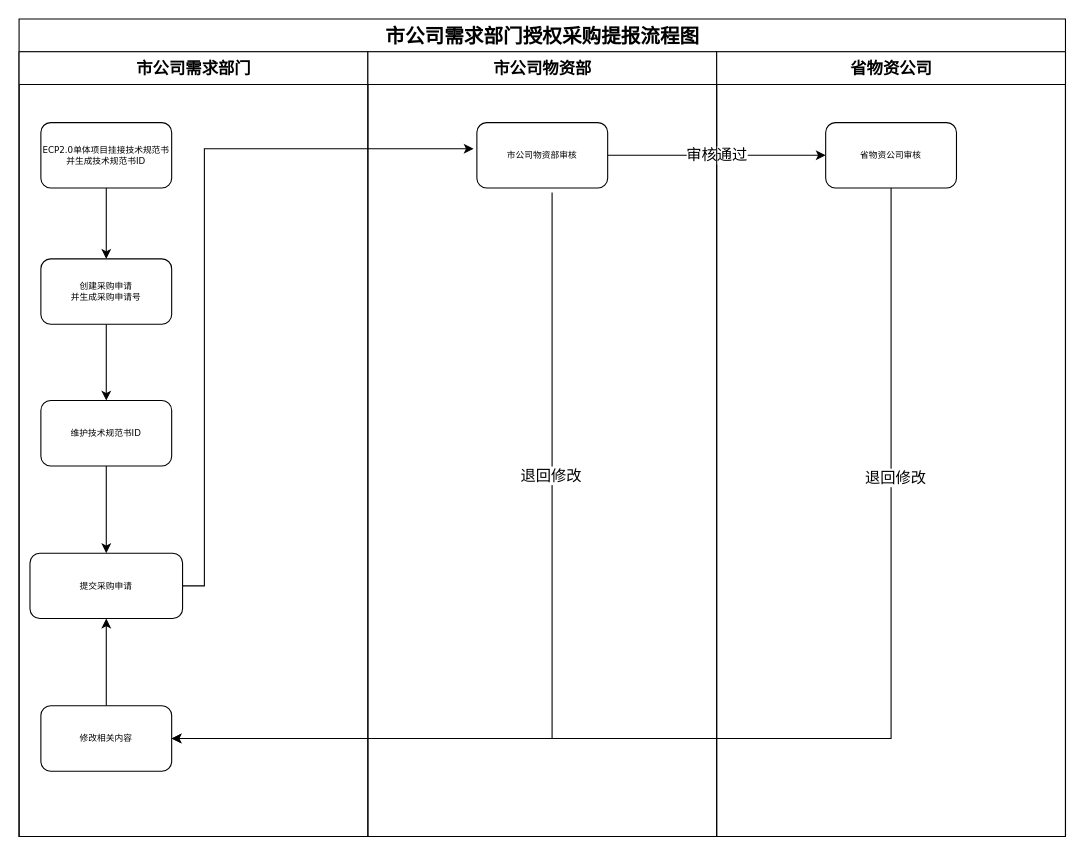
Earlier version of the draw.io diagram 市公司提报流程.drawio (KongValley/hugo). Source tidied: cells renumbered, new cells numbered last; positions are measured from the earlier drawing's top-left corner, leaving out a move shared by most shapes. Both pictures are drawn from the tidied source at 109%, with x=0, y=0 at pixel (19, 19).
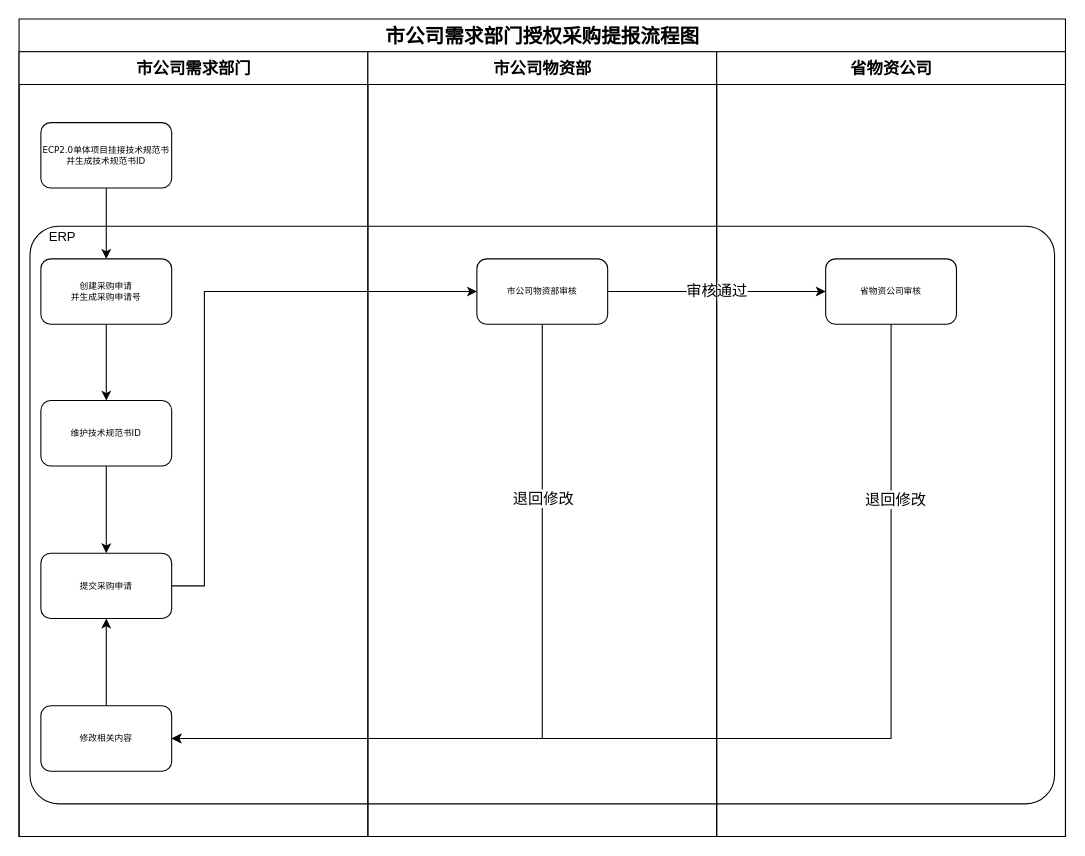
Above is the later version.

Commit message:
Update 市公司提报流程.drawio

Unchanged cells that the change refers to:
```xml
<mxCell id="9" value="市公司物资部" style="swimlane;html=1;startSize=30;fontSize=15;fontStyle=1;" parent="2" vertex="1">
  <mxGeometry x="320" y="30" width="320" height="720" as="geometry" />
</mxCell>
<mxCell id="12" value="省物资公司" style="swimlane;html=1;startSize=30;fontSize=15;" parent="2" vertex="1">
  <mxGeometry x="640" y="30" width="320" height="720" as="geometry" />
</mxCell>
<mxCell id="20" value="修改相关内容" style="whiteSpace=wrap;html=1;rounded=1;shadow=0;fontFamily=Verdana;fontSize=8;strokeWidth=1;" parent="1" vertex="1">
  <mxGeometry x="20" y="630" width="120" height="60" as="geometry" />
</mxCell>
<mxCell id="21" style="edgeStyle=orthogonalEdgeStyle;rounded=0;jettySize=auto;html=1;fontSize=14;exitX=0.5;exitY=1;exitDx=0;exitDy=0;entryX=1;entryY=0.5;entryDx=0;entryDy=0;" parent="1" edge="1" source="13" target="20">
  <mxGeometry relative="1" as="geometry">
    <Array as="points">
      <mxPoint x="800" y="660" />
    </Array>
  </mxGeometry>
</mxCell>
```

The edit, as a diff of the source:
```diff
@@
+    <mxCell id="23" style="rounded=1;whiteSpace=wrap;html=1;rotation=0;glass=0;perimeterSpacing=0;strokeOpacity=100;arcSize=5;" parent="1" vertex="1">
+      <mxGeometry x="10" y="190" width="940" height="530" as="geometry" />
+    </mxCell>
@@
     <mxCell id="10" value="市公司物资部审核" style="whiteSpace=wrap;html=1;rounded=1;shadow=0;fontFamily=Verdana;fontSize=8;strokeWidth=1;" parent="9" vertex="1">
-      <mxGeometry x="100" y="65" width="120" height="60" as="geometry" />
+      <mxGeometry x="100" y="190" width="120" height="60" as="geometry" />
     </mxCell>
@@
     <mxCell id="13" value="省物资公司审核" style="whiteSpace=wrap;html=1;rounded=1;shadow=0;fontFamily=Verdana;fontSize=8;strokeWidth=1;" parent="12" vertex="1">
-      <mxGeometry x="100" y="65" width="120" height="60" as="geometry" />
+      <mxGeometry x="100" y="190" width="120" height="60" as="geometry" />
     </mxCell>
-    <mxCell id="14" style="edgeStyle=orthogonalEdgeStyle;rounded=0;jettySize=auto;html=1;fontSize=18;entryX=-0.025;entryY=0.4;entryDx=0;entryDy=0;entryPerimeter=0;" parent="1" edge="1" source="15" target="10">
+    <mxCell id="14" style="edgeStyle=orthogonalEdgeStyle;rounded=0;jettySize=auto;html=1;fontSize=18;entryX=0;entryY=0.5;entryDx=0;entryDy=0;" parent="1" edge="1" source="15" target="10">
       <mxGeometry relative="1" as="geometry">
         <Array as="points">
           <mxPoint x="170" y="520" />
-          <mxPoint x="170" y="119" />
+          <mxPoint x="170" y="250" />
         </Array>
       </mxGeometry>
     </mxCell>
     <mxCell id="15" value="提交采购申请" style="whiteSpace=wrap;html=1;rounded=1;shadow=0;fontFamily=Verdana;fontSize=8;strokeWidth=1;" parent="1" vertex="1">
-      <mxGeometry x="10" y="490" width="140" height="60" as="geometry" />
+      <mxGeometry x="20" y="490" width="120" height="60" as="geometry" />
     </mxCell>
@@
-    <mxCell id="17" style="edgeStyle=orthogonalEdgeStyle;rounded=0;jettySize=auto;html=1;fontSize=14;entryX=1;entryY=0.5;entryDx=0;entryDy=0;exitX=0.575;exitY=1.067;exitDx=0;exitDy=0;exitPerimeter=0;" parent="1" edge="1" source="10" target="20">
-      <mxGeometry relative="1" as="geometry">
-        <Array as="points">
-          <mxPoint x="489" y="660" />
-        </Array>
-      </mxGeometry>
+    <mxCell id="17" style="edgeStyle=orthogonalEdgeStyle;rounded=0;jettySize=auto;html=1;fontSize=14;entryX=1;entryY=0.5;entryDx=0;entryDy=0;exitX=0.5;exitY=1;exitDx=0;exitDy=0;" parent="1" edge="1" source="10" target="20">
+      <mxGeometry relative="1" as="geometry" />
     </mxCell>
     <mxCell id="18" value="退回修改" style="edgeLabel;html=1;align=center;verticalAlign=middle;fontSize=14;" parent="17" vertex="1">
       <mxGeometry x="-0.35" y="-2" relative="1" as="geometry">
-        <mxPoint y="-17" as="offset" />
+        <mxPoint x="2" y="-75" as="offset" />
       </mxGeometry>
     </mxCell>
@@
     <mxCell id="22" value="退回修改" style="edgeLabel;html=1;align=center;verticalAlign=middle;fontSize=14;" parent="21" vertex="1">
       <mxGeometry x="-0.1" relative="1" as="geometry">
-        <mxPoint x="22" y="-240" as="offset" />
+        <mxPoint x="91" y="-220" as="offset" />
       </mxGeometry>
     </mxCell>
+    <mxCell id="24" value="ERP" style="text;html=1;strokeColor=none;fillColor=none;align=center;verticalAlign=middle;whiteSpace=wrap;rounded=0;" parent="1" vertex="1">
+      <mxGeometry x="20" y="190" width="40" height="20" as="geometry" />
+    </mxCell>
```
